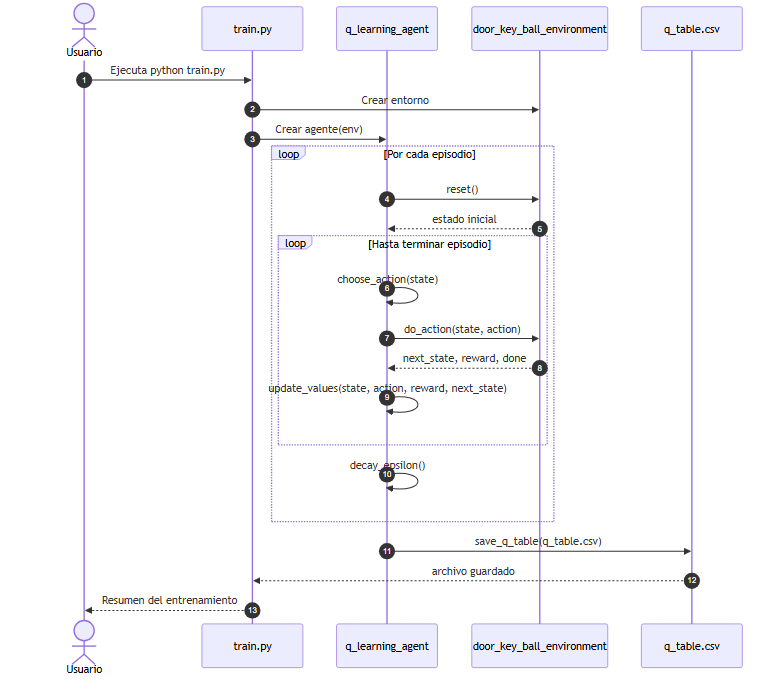
Before: app_proyecto_apr/secuencia_entrenamiento.png, a diagram exported from Mermaid (mc-torreso1-uniandes-edu-co/maia-proyecto-apr). Its source is kept beside it as app_proyecto_apr/secuencia_entrenamiento.mmd.
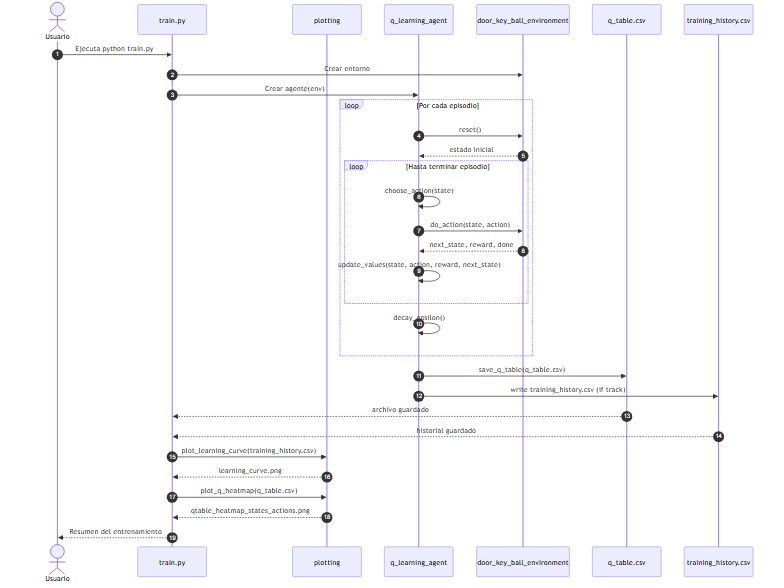
The same file after the commit.

Change to the diagram source:
```diff
@@ -2,9 +2,11 @@
     autonumber
     actor Usuario
     participant train as train.py
+    participant plot as plotting
     participant agent as q_learning_agent
     participant env as door_key_ball_environment
     participant fs as q_table.csv
+    participant history as training_history.csv
 
     Usuario->>train: Ejecuta python train.py
     train->>env: Crear entorno
@@ -21,5 +23,11 @@
         agent->>agent: decay_epsilon()
     end
     agent->>fs: save_q_table(q_table.csv)
+    agent->>history: write training_history.csv (if track)
     fs-->>train: archivo guardado
+    history-->>train: historial guardado
+    train->>plot: plot_learning_curve(training_history.csv)
+    plot-->>train: learning_curve.png
+    train->>plot: plot_q_heatmap(q_table.csv)
+    plot-->>train: qtable_heatmap_states_actions.png
     train-->>Usuario: Resumen del entrenamiento
```
